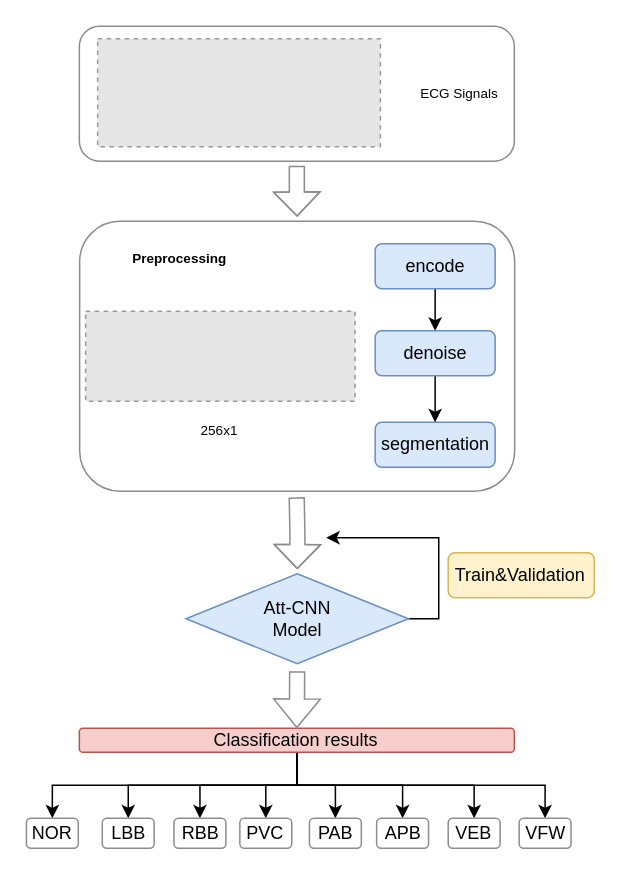
Before: CNN+ATT.drawio in WensonLuo/Drowio, a draw.io diagram. Source tidied: cells renumbered, new cells numbered last; positions are measured from the earlier drawing's top-left corner, leaving out a move shared by most shapes. Both pictures are drawn from the tidied source at 150%, with x=0, y=0 at pixel (26, 26). Pictures stored in the file or linked from it are replaced by grey dashed boxes.
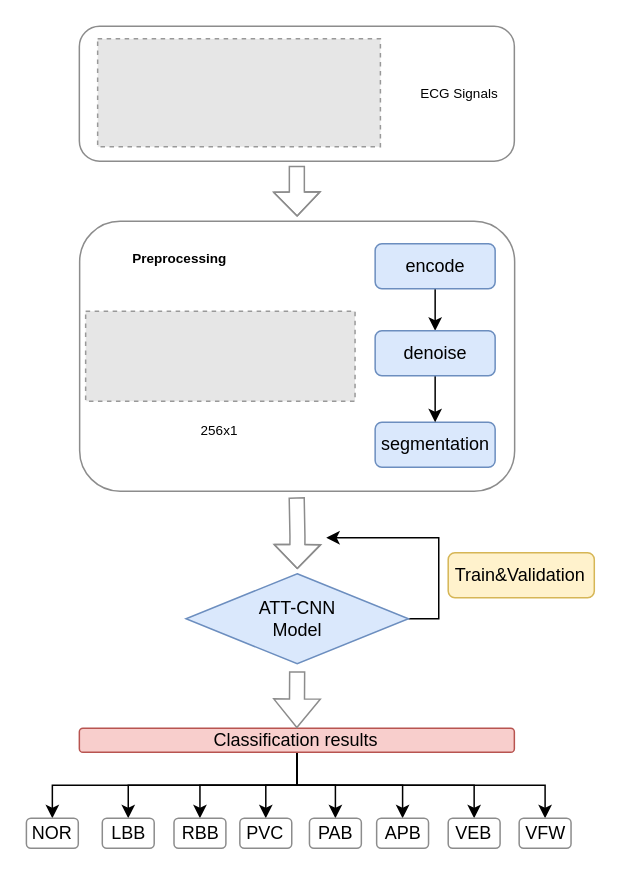
After the change.

Change to the diagram source:
```diff
@@
-    <mxCell id="27" value="Att-CNN&lt;br&gt;Model" style="rhombus;whiteSpace=wrap;html=1;shadow=0;strokeColor=#6c8ebf;fillColor=#dae8fc;" parent="1" vertex="1">
+    <mxCell id="27" value="ATT-CNN&lt;br&gt;Model" style="rhombus;whiteSpace=wrap;html=1;shadow=0;strokeColor=#6c8ebf;fillColor=#dae8fc;" parent="1" vertex="1">
       <mxGeometry x="106.5" y="365" width="148.3" height="60" as="geometry" />
     </mxCell>
```
